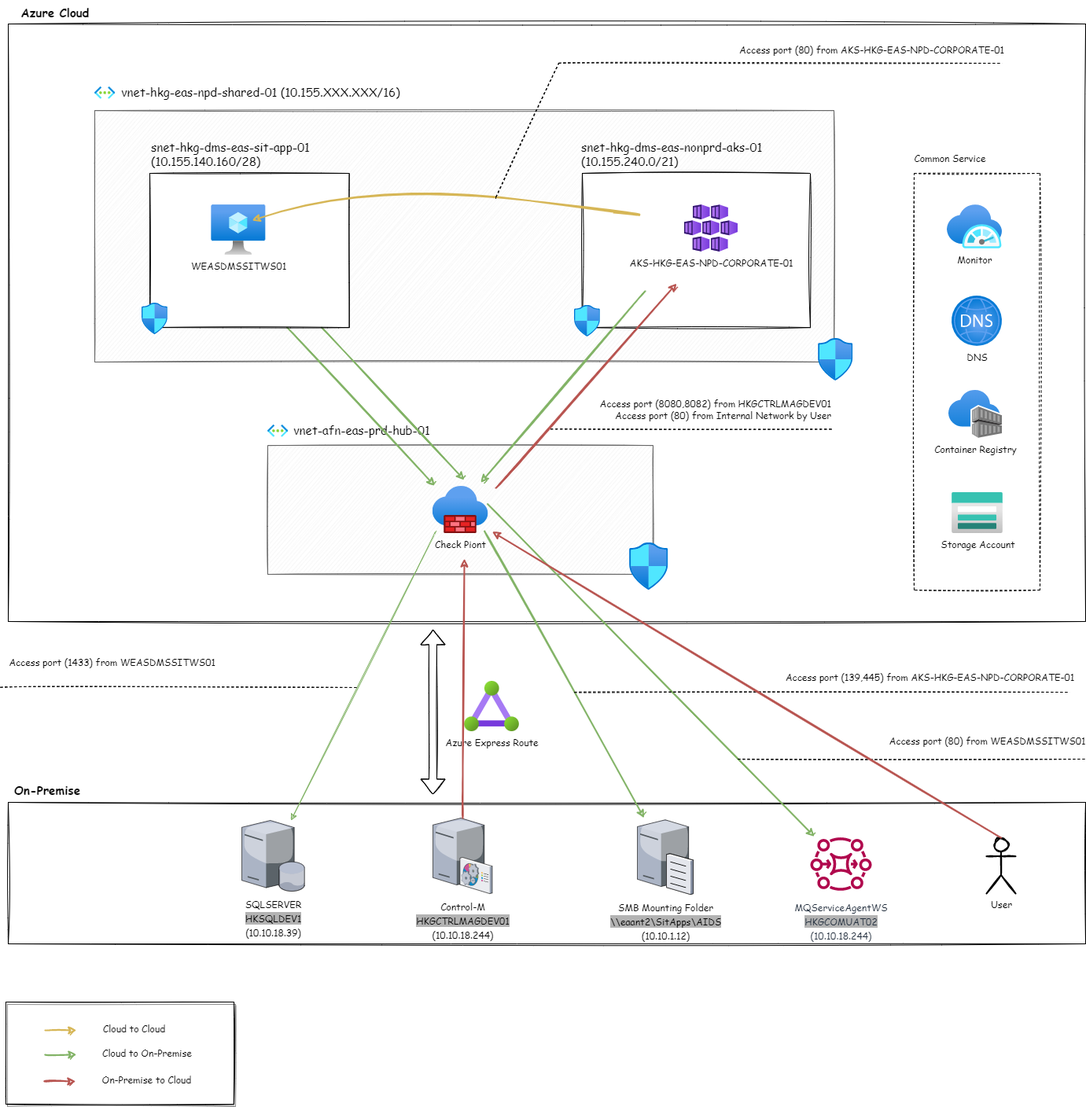
This is SIT DMS Diagram.drawio.png from chankamlam/demo, a draw.io export, as it was before one commit. Source tidied: cells renumbered, new cells last; positions are measured from the earlier drawing's top-left corner, leaving out a move shared by most shapes.
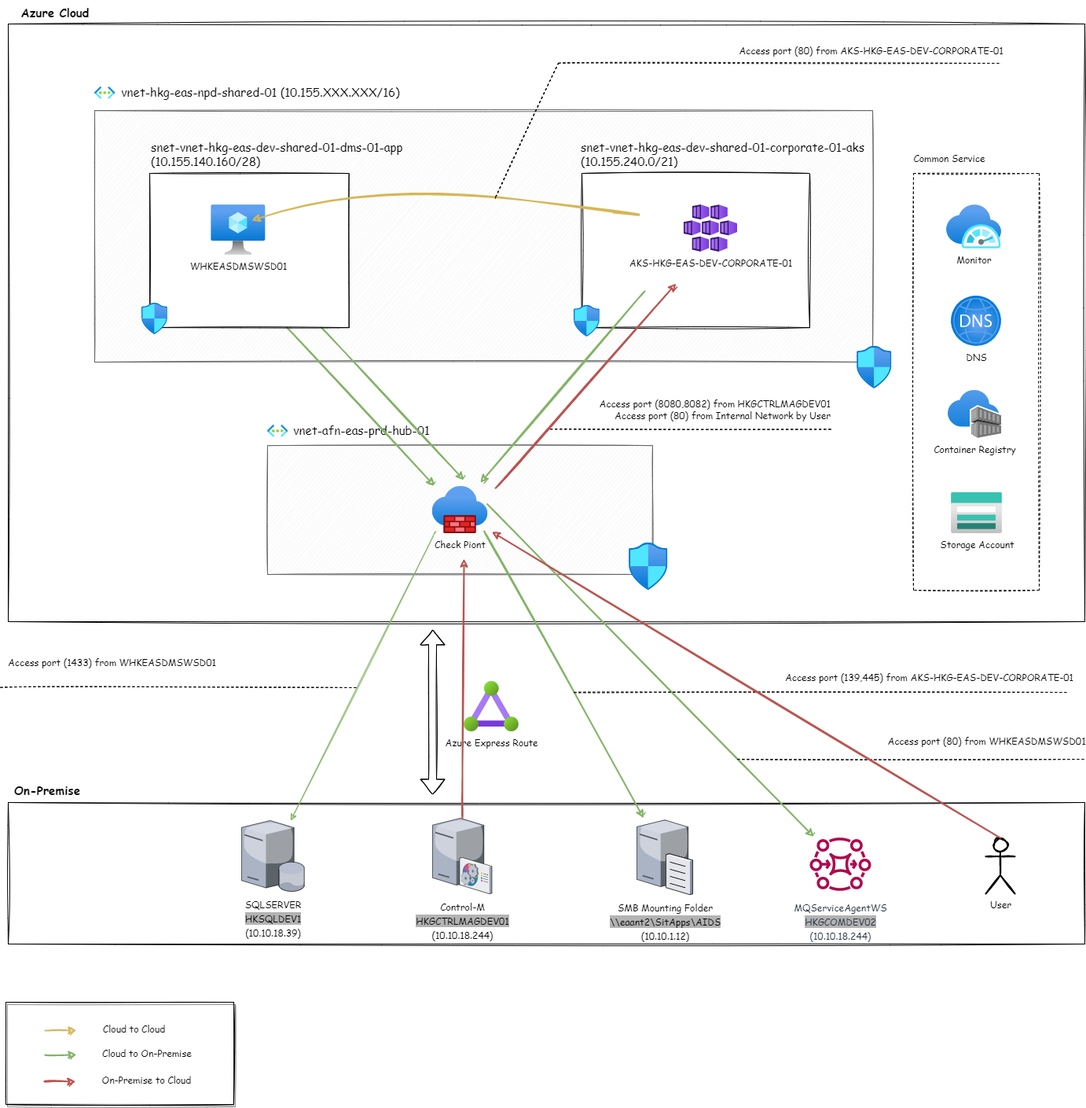
After the change.

Change to the diagram source:
```diff
@@ -47,13 +47,13 @@
     <mxCell id="15" value="&lt;font style=&quot;font-size: 12px;&quot;&gt;SMB Mounting Folder&lt;br&gt;&lt;span style=&quot;background-color: rgb(179, 179, 179);&quot;&gt;\\eaant2\SitApps\AIDS&lt;br&gt;&lt;/span&gt;(10.10.1.12)&lt;br&gt;&lt;/font&gt;" style="verticalLabelPosition=bottom;sketch=0;html=1;verticalAlign=top;strokeColor=none;align=center;outlineConnect=0;shape=mxgraph.citrix.file_server;fontFamily=Comic Sans MS;fontSize=15;" parent="1" vertex="1">
       <mxGeometry x="810" y="1040" width="71" height="97" as="geometry" />
     </mxCell>
-    <mxCell id="16" value="&lt;font style=&quot;font-size: 12px;&quot;&gt;MQServiceAgentWS&lt;br style=&quot;&quot;&gt;&lt;span style=&quot;background-color: rgb(179, 179, 179);&quot;&gt;HKGCOMUAT02&lt;/span&gt;&lt;br style=&quot;&quot;&gt;(10.10.18.244)&lt;/font&gt;" style="sketch=0;outlineConnect=0;fontColor=#232F3E;gradientColor=none;fillColor=#B0084D;strokeColor=none;dashed=0;verticalLabelPosition=bottom;verticalAlign=top;align=center;html=1;fontSize=15;fontStyle=0;shape=mxgraph.aws4.mq_broker;fontFamily=Comic Sans MS;" parent="1" vertex="1">
+    <mxCell id="16" value="&lt;font style=&quot;font-size: 12px;&quot;&gt;MQServiceAgentWS&lt;br style=&quot;&quot;&gt;&lt;span style=&quot;background-color: rgb(179, 179, 179);&quot;&gt;HKGCOMDEV02&lt;/span&gt;&lt;br style=&quot;&quot;&gt;(10.10.18.244)&lt;/font&gt;" style="sketch=0;outlineConnect=0;fontColor=#232F3E;gradientColor=none;fillColor=#B0084D;strokeColor=none;dashed=0;verticalLabelPosition=bottom;verticalAlign=top;align=center;html=1;fontSize=15;fontStyle=0;shape=mxgraph.aws4.mq_broker;fontFamily=Comic Sans MS;" parent="1" vertex="1">
       <mxGeometry x="1030" y="1059" width="78" height="78" as="geometry" />
     </mxCell>
     <mxCell id="17" style="endArrow=classic;html=1;sketch=1;fontFamily=Comic Sans MS;fontSize=15;curved=1;exitX=0.041;exitY=0.989;exitDx=0;exitDy=0;exitPerimeter=0;fillColor=#d5e8d4;strokeColor=#82b366;" parent="1" edge="1" source="8" target="13">
       <mxGeometry relative="1" as="geometry" />
     </mxCell>
-    <mxCell id="18" value="Access port (1433) from WEASDMSSITWS01" style="edgeLabel;html=1;align=center;verticalAlign=middle;fontSize=12;fontFamily=Comic Sans MS;labelBackgroundColor=default;labelBorderColor=none;" parent="17" vertex="1">
+    <mxCell id="18" value="Access port (1433) from WHKEASDMSWSD01" style="edgeLabel;html=1;align=center;verticalAlign=middle;fontSize=12;fontFamily=Comic Sans MS;labelBackgroundColor=default;labelBorderColor=none;" parent="17" vertex="1">
       <mxGeometry x="-0.06" y="3" relative="1" as="geometry">
         <mxPoint x="-328" y="-9" as="offset" />
       </mxGeometry>
@@ -65,7 +65,7 @@
       <mxGeometry relative="1" as="geometry" />
     </mxCell>
     <mxCell id="21" style="rounded=0;whiteSpace=wrap;html=1;sketch=1;fillColor=#f5f5f5;fontColor=#333333;strokeColor=#666666;fontFamily=Comic Sans MS;" parent="1" vertex="1">
-      <mxGeometry x="120" y="140.1" width="940" height="319.9" as="geometry" />
+      <mxGeometry x="120" y="140.1" width="990" height="319.9" as="geometry" />
     </mxCell>
     <mxCell id="22" style="html=1;align=center;image;fontSize=12;image=img/lib/azure2/networking/Virtual_Networks.svg;sketch=1;rounded=0;fontFamily=Comic Sans MS;" parent="1" vertex="1">
       <mxGeometry x="120" y="110" width="26.3" height="15.7" as="geometry" />
@@ -91,7 +91,7 @@
         <mxPoint x="1360" y="880" as="targetPoint" />
       </mxGeometry>
     </mxCell>
-    <mxCell id="27" value="&lt;br&gt;Access port (80) from WEASDMSSITWS01" style="edgeLabel;html=1;align=center;verticalAlign=middle;fontSize=12;fontFamily=Comic Sans MS;labelBackgroundColor=default;labelBorderColor=none;" parent="1" vertex="1">
+    <mxCell id="27" value="&lt;br&gt;Access port (80) from WHKEASDMSWSD01" style="edgeLabel;html=1;align=center;verticalAlign=middle;fontSize=12;fontFamily=Comic Sans MS;labelBackgroundColor=default;labelBorderColor=none;" parent="1" vertex="1">
       <mxGeometry x="1254" y="933" as="geometry" />
     </mxCell>
     <mxCell id="28" style="endArrow=none;html=1;sketch=1;fontFamily=Comic Sans MS;fontSize=12;curved=1;dashed=1;" parent="1" edge="1">
@@ -100,7 +100,7 @@
         <mxPoint x="1380" y="965" as="targetPoint" />
       </mxGeometry>
     </mxCell>
-    <mxCell id="29" value="Access port (139,445) from AKS-HKG-EAS-NPD-CORPORATE-01" style="edgeLabel;html=1;align=center;verticalAlign=middle;fontSize=12;fontFamily=Comic Sans MS;labelBackgroundColor=default;labelBorderColor=none;" parent="1" vertex="1">
+    <mxCell id="29" value="Access port (139,445) from AKS-HKG-EAS-DEV-CORPORATE-01" style="edgeLabel;html=1;align=center;verticalAlign=middle;fontSize=12;fontFamily=Comic Sans MS;labelBackgroundColor=default;labelBorderColor=none;" parent="1" vertex="1">
       <mxGeometry x="1181" y="860" as="geometry" />
     </mxCell>
     <mxCell id="30" style="endArrow=classic;html=1;sketch=1;fontFamily=Comic Sans MS;fontSize=12;curved=1;fillColor=#f8cecc;strokeColor=#b85450;strokeWidth=2;" parent="1" edge="1" source="14">
@@ -114,7 +114,7 @@
       </mxGeometry>
     </mxCell>
     <mxCell id="32" style="html=1;align=center;image;fontSize=12;image=img/lib/azure2/networking/Network_Security_Groups.svg;labelBackgroundColor=#B3B3B3;labelBorderColor=none;sketch=1;fontFamily=Comic Sans MS;" parent="1" vertex="1">
-      <mxGeometry x="1040" y="430" width="44.4" height="53.9" as="geometry" />
+      <mxGeometry x="1090" y="439.9" width="44.4" height="53.9" as="geometry" />
     </mxCell>
     <mxCell id="33" style="html=1;align=center;image;fontSize=12;image=img/lib/azure2/networking/Network_Security_Groups.svg;labelBackgroundColor=#B3B3B3;labelBorderColor=none;sketch=1;fontFamily=Comic Sans MS;" parent="1" vertex="1">
       <mxGeometry x="800" y="690" width="49.4" height="60" as="geometry" />
@@ -122,7 +122,7 @@
     <mxCell id="34" style="rounded=0;whiteSpace=wrap;html=1;sketch=1;fontFamily=Comic Sans MS;" parent="1" vertex="1">
       <mxGeometry x="740" y="220" width="290" height="196.1" as="geometry" />
     </mxCell>
-    <mxCell id="35" value="AKS-HKG-EAS-NPD-CORPORATE-01" style="html=1;align=center;image;fontSize=12;image=img/lib/azure2/compute/Kubernetes_Services.svg;sketch=1;fontFamily=Comic Sans MS;" parent="1" vertex="1">
+    <mxCell id="35" value="AKS-HKG-EAS-DEV-CORPORATE-01" style="html=1;align=center;image;fontSize=12;image=img/lib/azure2/compute/Kubernetes_Services.svg;sketch=1;fontFamily=Comic Sans MS;" parent="1" vertex="1">
       <mxGeometry x="870" y="260" width="68" height="60" as="geometry" />
     </mxCell>
     <mxCell id="36" style="endArrow=classic;html=1;sketch=1;fontFamily=Comic Sans MS;fontSize=15;curved=1;entryX=0.863;entryY=-0.078;entryDx=0;entryDy=0;entryPerimeter=0;fillColor=#d5e8d4;strokeColor=#82b366;strokeWidth=2;" parent="1" edge="1" target="8">
@@ -145,11 +145,11 @@
         <mxPoint x="364.6" y="416.1" as="sourcePoint" />
       </mxGeometry>
     </mxCell>
-    <mxCell id="40" value="&lt;span&gt;snet-hkg-dms-eas-sit-app-01&lt;br&gt;(10.155.140.160/28)&lt;/span&gt;" style="text;html=1;strokeColor=none;fillColor=none;align=left;verticalAlign=middle;whiteSpace=wrap;rounded=0;sketch=1;fontFamily=Comic Sans MS;fontSize=15;fontStyle=0;" parent="1" vertex="1">
-      <mxGeometry x="190" y="180" width="260" height="30" as="geometry" />
+    <mxCell id="40" value="snet-vnet-hkg-eas-dev-shared-01-dms-01-app&lt;span&gt;&lt;br&gt;(10.155.140.160/28)&lt;/span&gt;" style="text;html=1;strokeColor=none;fillColor=none;align=left;verticalAlign=middle;whiteSpace=wrap;rounded=0;sketch=1;fontFamily=Comic Sans MS;fontSize=15;fontStyle=0;" parent="1" vertex="1">
+      <mxGeometry x="190" y="180" width="330" height="30" as="geometry" />
     </mxCell>
-    <mxCell id="41" value="&lt;span&gt;snet-hkg-dms-eas-nonprd-aks-01&lt;br&gt;(10.155.240.0/21)&lt;/span&gt;" style="text;html=1;strokeColor=none;fillColor=none;align=left;verticalAlign=middle;whiteSpace=wrap;rounded=0;sketch=1;fontFamily=Comic Sans MS;fontSize=15;fontStyle=0;" parent="1" vertex="1">
-      <mxGeometry x="737" y="180" width="270" height="30" as="geometry" />
+    <mxCell id="41" value="snet-vnet-hkg-eas-dev-shared-01-corporate-01-aks&lt;span&gt;&lt;br&gt;(10.155.240.0/21)&lt;/span&gt;" style="text;html=1;strokeColor=none;fillColor=none;align=left;verticalAlign=middle;whiteSpace=wrap;rounded=0;sketch=1;fontFamily=Comic Sans MS;fontSize=15;fontStyle=0;" parent="1" vertex="1">
+      <mxGeometry x="737" y="180" width="383" height="30" as="geometry" />
     </mxCell>
     <mxCell id="42" style="html=1;align=center;image;fontSize=12;image=img/lib/azure2/networking/Network_Security_Groups.svg;labelBackgroundColor=#B3B3B3;labelBorderColor=none;sketch=1;fontFamily=Comic Sans MS;" parent="1" vertex="1">
       <mxGeometry x="730" y="387.9" width="32.9" height="40" as="geometry" />
@@ -199,7 +199,7 @@
     <mxCell id="54" style="rounded=0;whiteSpace=wrap;html=1;sketch=1;fontFamily=Comic Sans MS;" parent="1" vertex="1">
       <mxGeometry x="190" y="220" width="253.7" height="196.1" as="geometry" />
     </mxCell>
-    <mxCell id="55" value="WEASDMSSITWS01" style="html=1;align=center;image;fontSize=12;image=img/lib/azure2/compute/Virtual_Machine.svg;sketch=1;fontFamily=Comic Sans MS;" parent="1" vertex="1">
+    <mxCell id="55" value="WHKEASDMSWSD01" style="html=1;align=center;image;fontSize=12;image=img/lib/azure2/compute/Virtual_Machine.svg;sketch=1;fontFamily=Comic Sans MS;" parent="1" vertex="1">
       <mxGeometry x="268.3" y="260" width="69" height="64" as="geometry" />
     </mxCell>
     <mxCell id="56" style="endArrow=classic;html=1;sketch=1;fontFamily=Comic Sans MS;fontSize=12;strokeWidth=2;curved=1;fillColor=#fff2cc;strokeColor=#d6b656;" parent="1" edge="1">
@@ -224,7 +224,7 @@
         <mxPoint x="1274" y="80" as="targetPoint" />
       </mxGeometry>
     </mxCell>
-    <mxCell id="59" value="Access port (80) from AKS-HKG-EAS-NPD-CORPORATE-01" style="edgeLabel;html=1;align=center;verticalAlign=middle;fontSize=12;fontFamily=Comic Sans MS;labelBackgroundColor=default;labelBorderColor=none;" parent="1" vertex="1">
+    <mxCell id="59" value="Access port (80) from AKS-HKG-EAS-DEV-CORPORATE-01" style="edgeLabel;html=1;align=center;verticalAlign=middle;fontSize=12;fontFamily=Comic Sans MS;labelBackgroundColor=default;labelBorderColor=none;" parent="1" vertex="1">
       <mxGeometry x="1220" y="433.9" as="geometry">
         <mxPoint x="-113" y="-371" as="offset" />
       </mxGeometry>
```
